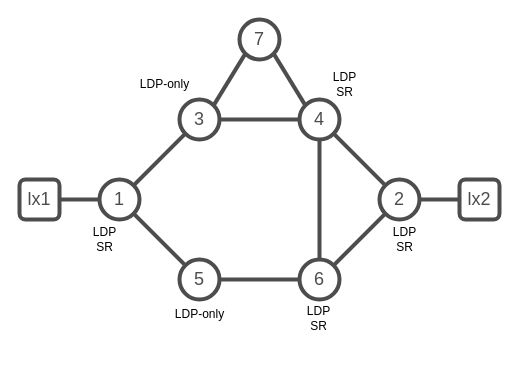
IntuitiveSoft-net/sr-lab keeps this draw.io diagram as page "4" (4 of 7) of images/07.LDP-coexistence.drawio. Above is the earlier version. Source tidied: cells renumbered, new cells numbered last; positions are measured from the earlier drawing's top-left corner, leaving out a move shared by most shapes. Both pictures are drawn from the tidied source at 100%, with x=0, y=0 at pixel (19, 19).
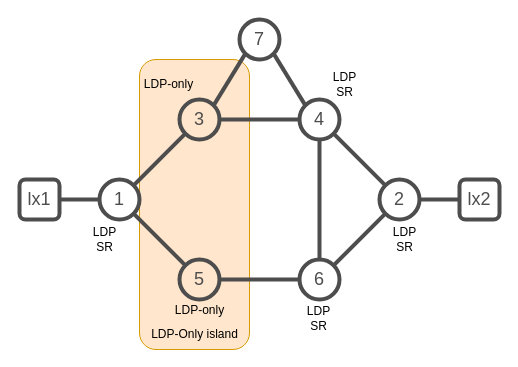
After the change.

Change to the diagram source:
```diff
@@
+    <mxCell id="28" style="rounded=1;whiteSpace=wrap;html=1;fillColor=#ffe6cc;strokeColor=#d79b00;" parent="1" vertex="1">
+      <mxGeometry x="120" y="40" width="110" height="290" as="geometry" />
+    </mxCell>
@@
     <mxCell id="22" value="LDP-only" style="text;html=1;align=center;verticalAlign=middle;strokeColor=none;fillColor=none;" parent="1" vertex="1">
-      <mxGeometry x="145" y="280" width="70" height="30" as="geometry" />
+      <mxGeometry x="145" y="276" width="70" height="30" as="geometry" />
     </mxCell>
     <mxCell id="23" value="LDP-only" style="text;html=1;align=center;verticalAlign=middle;strokeColor=none;fillColor=none;" parent="1" vertex="1">
-      <mxGeometry x="110" y="50" width="70" height="30" as="geometry" />
+      <mxGeometry x="114" y="50" width="70" height="30" as="geometry" />
     </mxCell>
@@
+    <mxCell id="29" value="LDP-Only island" style="text;html=1;align=center;verticalAlign=middle;strokeColor=none;fillColor=none;" parent="1" vertex="1">
+      <mxGeometry x="120" y="300" width="110" height="30" as="geometry" />
+    </mxCell>
```
